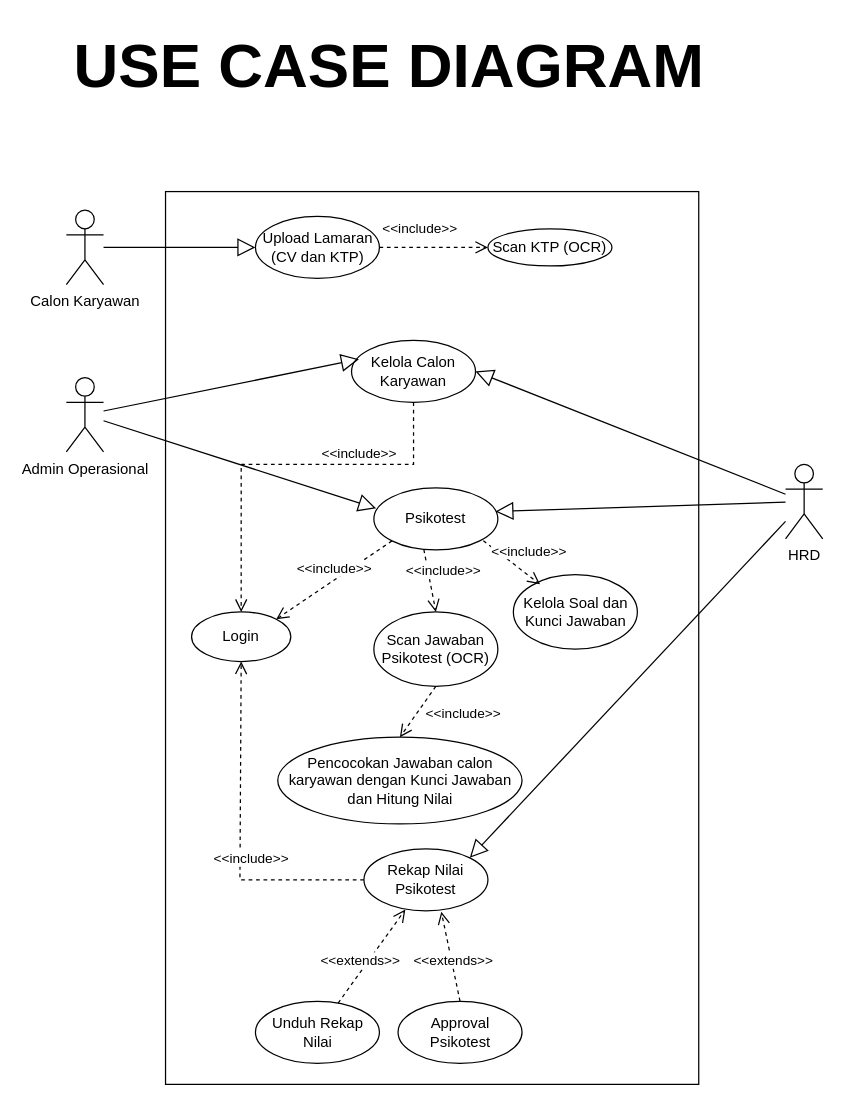
Before: page "USE CASE DIAGRAM" (1 of 5) of Use Case.drawio in ceceprokani/Diagram-Skripsi, a draw.io diagram. Source tidied: cells renumbered, new cells numbered last; positions are measured from the earlier drawing's top-left corner, leaving out a move shared by most shapes. Both pictures are drawn from the tidied source at 124%, with x=0, y=0 at pixel (66, 21).
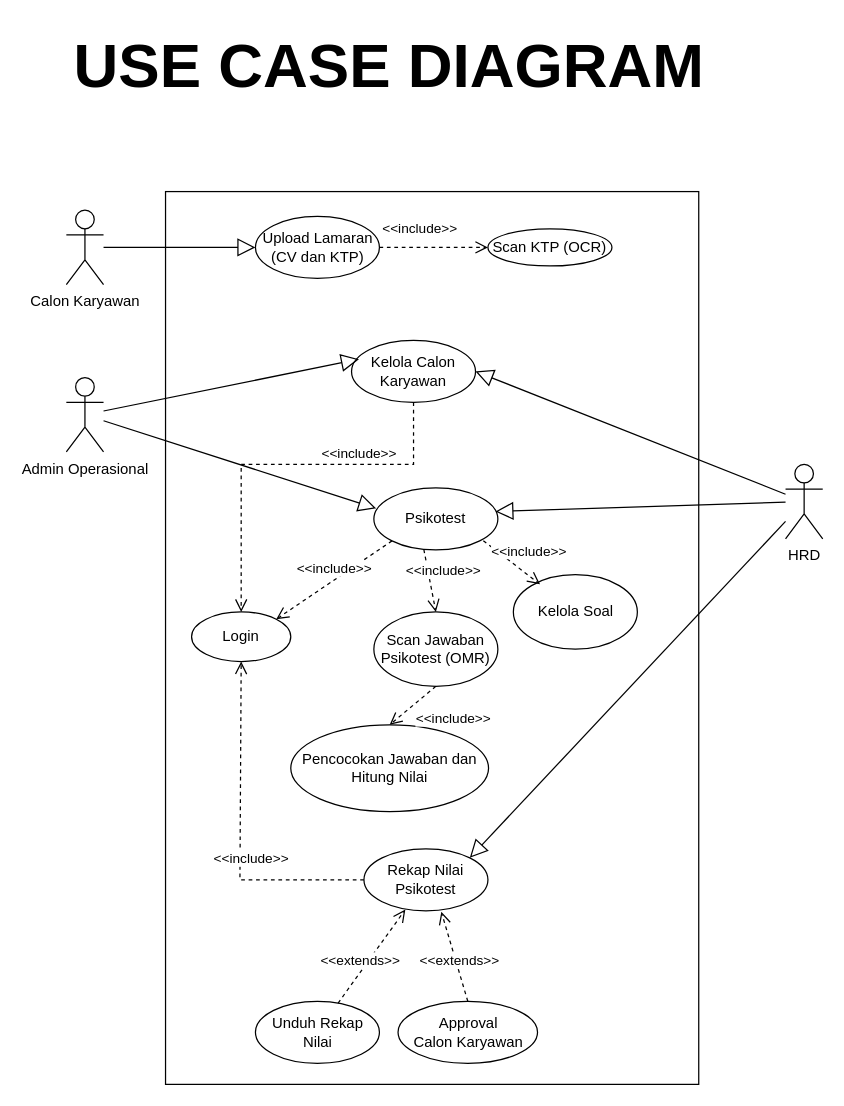
The same page after the edit.

Change to the diagram source:
```diff
@@
-    <mxCell id="9" value="Approval&lt;div&gt;Psikotest&lt;/div&gt;" style="ellipse;whiteSpace=wrap;html=1;" parent="1" vertex="1">
-      <mxGeometry x="267.5" y="790" width="100" height="50" as="geometry" />
+    <mxCell id="9" value="Approval&lt;div&gt;Calon Karyawan&lt;/div&gt;" style="ellipse;whiteSpace=wrap;html=1;" parent="1" vertex="1">
+      <mxGeometry x="267.5" y="790" width="112.5" height="50" as="geometry" />
     </mxCell>
@@
-    <mxCell id="24" value="Kelola Soal dan Kunci Jawaban" style="ellipse;whiteSpace=wrap;html=1;" parent="1" vertex="1">
+    <mxCell id="24" value="Kelola Soal" style="ellipse;whiteSpace=wrap;html=1;" parent="1" vertex="1">
       <mxGeometry x="360.5" y="446" width="100" height="60" as="geometry" />
     </mxCell>
@@
-    <mxCell id="27" value="Scan Jawaban Psikotest (OCR)" style="ellipse;whiteSpace=wrap;html=1;" parent="1" vertex="1">
+    <mxCell id="27" value="Scan Jawaban Psikotest (OMR)" style="ellipse;whiteSpace=wrap;html=1;" parent="1" vertex="1">
       <mxGeometry x="248" y="476" width="100" height="60" as="geometry" />
     </mxCell>
@@
-    <mxCell id="29" value="Pencocokan Jawaban calon karyawan dengan Kunci Jawaban&lt;div&gt;dan Hitung Nilai&lt;/div&gt;" style="ellipse;whiteSpace=wrap;html=1;" parent="1" vertex="1">
-      <mxGeometry x="170.5" y="577" width="197" height="70" as="geometry" />
+    <mxCell id="29" value="Pencocokan Jawaban&amp;nbsp;&lt;span style=&quot;background-color: transparent; color: light-dark(rgb(0, 0, 0), rgb(255, 255, 255));&quot;&gt;dan Hitung Nilai&lt;/span&gt;" style="ellipse;whiteSpace=wrap;html=1;" parent="1" vertex="1">
+      <mxGeometry x="181" y="567" width="159.5" height="70" as="geometry" />
     </mxCell>
```
